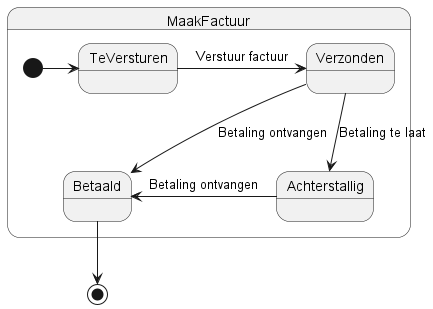
This is Doc/images/FactuurStatusDiagram.png from florisz/BerghAdmin, a PlantUML export, as it was before one commit.
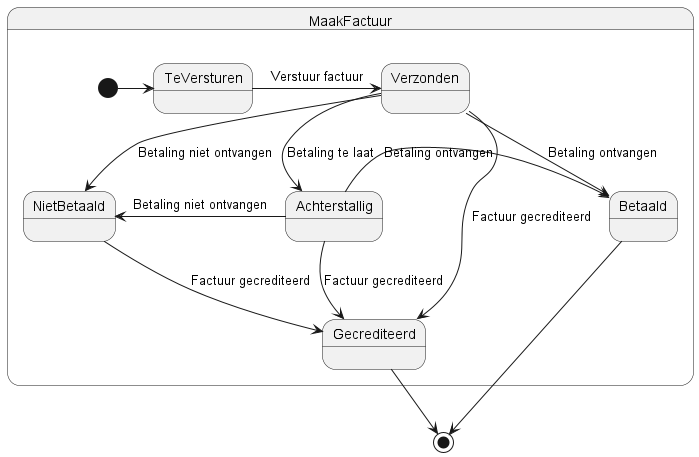
Above is the later version.

Commit message:
Factuur relatie gelegd vanuit sponsor

The edit, as a diff of the source:
```diff
@@ -3,11 +3,17 @@
 state MaakFactuur {
     [*] -right-> TeVersturen
     TeVersturen -right-> Verzonden : Verstuur factuur
-    Verzonden --> Betaald : Betaling ontvangen
-    Verzonden --> Achterstallig : Betaling te laat
-    Achterstallig -left-> Betaald : Betaling ontvangen
+    Verzonden -down-> Betaald : Betaling ontvangen
+    Verzonden -down-> Achterstallig : Betaling te laat
+    Verzonden -down-> NietBetaald : Betaling niet ontvangen
+    Achterstallig -right-> Betaald : Betaling ontvangen
+    Achterstallig -left-> NietBetaald : Betaling niet ontvangen
+    Achterstallig -down-> Gecrediteerd : Factuur gecrediteerd
+    Verzonden --> Gecrediteerd : Factuur gecrediteerd
+    NietBetaald -down-> Gecrediteerd : Factuur gecrediteerd
 }
 
 Betaald --> [*]
+Gecrediteerd --> [*]
 
 @enduml
```
